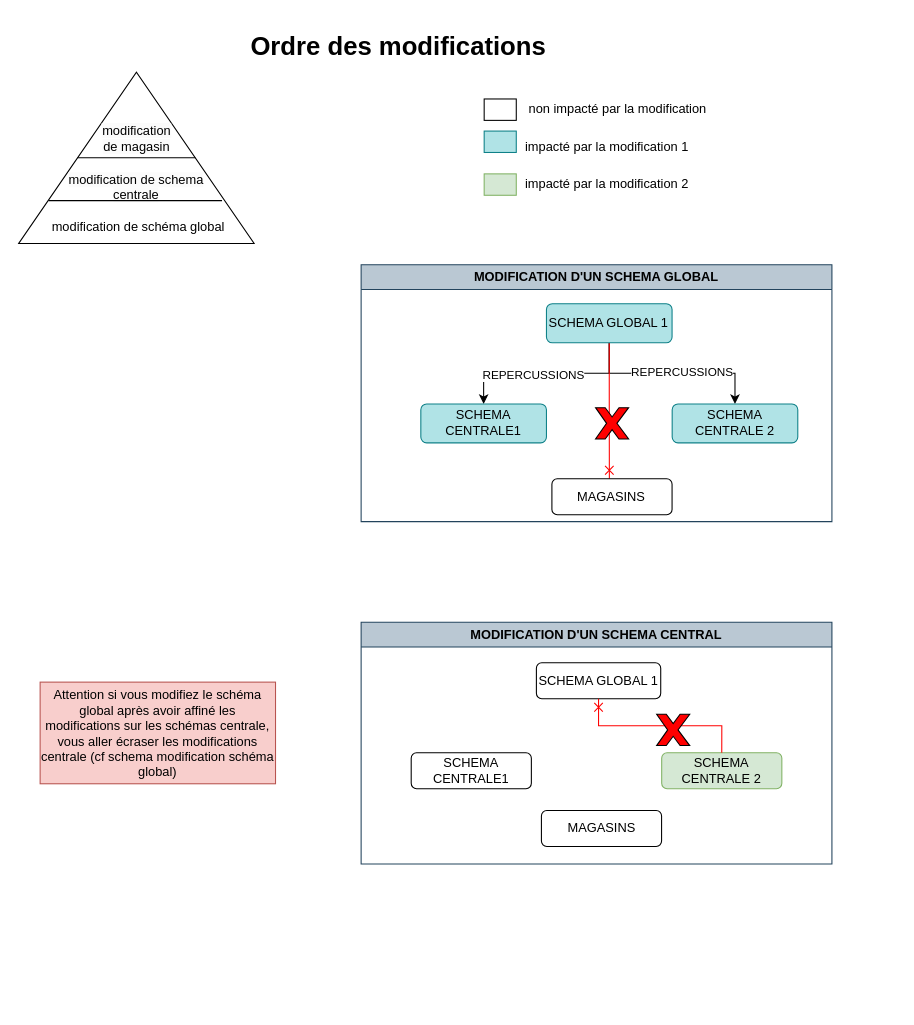
The draw.io diagram page "ORDRE" (1 of 2) of ordre modif.drawio in valbtlec/diagrams, before the edit. Source tidied: cells renumbered, new cells numbered last; positions are measured from the earlier drawing's top-left corner, leaving out a move shared by most shapes. Both pictures are drawn from the tidied source at 107%, with x=0, y=0 at pixel (18, 24).
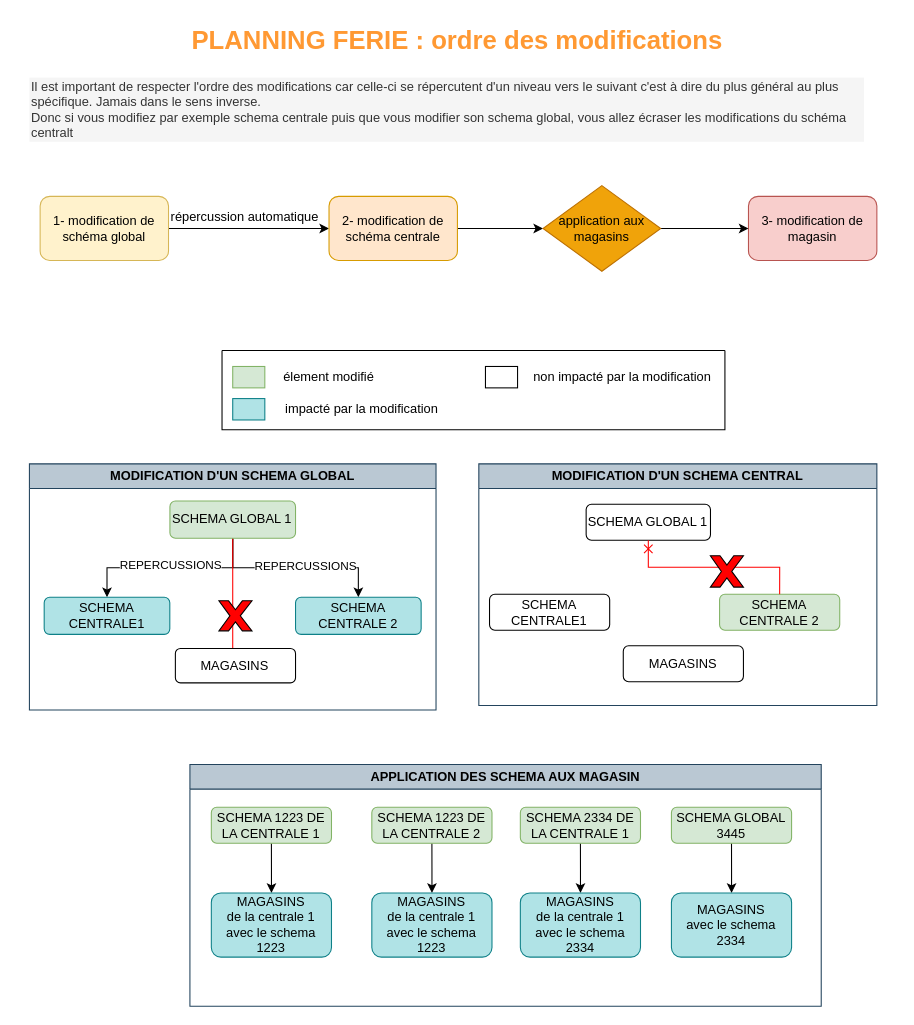
After the change.

Commit message:
Mettre à jour ordre modif.drawio

The edit, as a diff of the source:
```diff
@@
-    <mxCell id="2" value="&lt;h1 style=&quot;margin-top: 0px;&quot;&gt;Ordre des modifications&lt;/h1&gt;&lt;p&gt;&lt;br&gt;&lt;/p&gt;" style="text;html=1;whiteSpace=wrap;overflow=hidden;rounded=0;" parent="1" vertex="1">
-      <mxGeometry x="215" width="320" height="250" as="geometry" />
+    <mxCell id="2" value="&lt;h1 style=&quot;margin-top: 0px;&quot;&gt;&lt;font style=&quot;color: rgb(255, 153, 51);&quot;&gt;PLANNING FERIE : ordre des modifications&lt;/font&gt;&lt;/h1&gt;&lt;p&gt;&lt;br&gt;&lt;/p&gt;" style="text;html=1;whiteSpace=wrap;overflow=hidden;rounded=0;align=center;" parent="1" vertex="1">
+      <mxGeometry y="-5" width="820" height="45" as="geometry" />
     </mxCell>
-    <mxCell id="3" style="group;" parent="1" vertex="1">
-      <mxGeometry y="45" width="220" height="160" as="geometry" />
-    </mxCell>
-    <mxCell id="4" style="verticalLabelPosition=bottom;verticalAlign=top;html=1;shape=mxgraph.basic.acute_triangle;dx=0.5;" parent="3" vertex="1">
-      <mxGeometry width="220" height="160" as="geometry" />
-    </mxCell>
-    <mxCell id="5" value="&#10;&lt;span style=&quot;color: rgb(0, 0, 0); font-family: Helvetica; font-size: 12px; font-style: normal; font-variant-ligatures: normal; font-variant-caps: normal; font-weight: 400; letter-spacing: normal; orphans: 2; text-align: center; text-indent: 0px; text-transform: none; widows: 2; word-spacing: 0px; -webkit-text-stroke-width: 0px; white-space: normal; background-color: rgb(251, 251, 251); text-decoration-thickness: initial; text-decoration-style: initial; text-decoration-color: initial; display: inline !important; float: none;&quot;&gt;modification de schema centrale&lt;/span&gt;&#10;&#10;" style="text;html=1;align=center;verticalAlign=middle;whiteSpace=wrap;rounded=0;" parent="3" vertex="1">
-      <mxGeometry x="45" y="100" width="130" height="30" as="geometry" />
-    </mxCell>
-    <mxCell id="6" value="modification de schéma global" style="text;html=1;align=center;verticalAlign=middle;whiteSpace=wrap;rounded=0;" parent="3" vertex="1">
-      <mxGeometry x="7" y="130" width="210" height="30" as="geometry" />
-    </mxCell>
-    <mxCell id="7" value="&lt;br&gt;&lt;span style=&quot;color: rgb(0, 0, 0); font-family: Helvetica; font-size: 12px; font-style: normal; font-variant-ligatures: normal; font-variant-caps: normal; font-weight: 400; letter-spacing: normal; orphans: 2; text-align: center; text-indent: 0px; text-transform: none; widows: 2; word-spacing: 0px; -webkit-text-stroke-width: 0px; white-space: normal; background-color: rgb(251, 251, 251); text-decoration-thickness: initial; text-decoration-style: initial; text-decoration-color: initial; float: none; display: inline !important;&quot;&gt;modification de magasin&lt;/span&gt;" style="text;html=1;align=center;verticalAlign=middle;whiteSpace=wrap;rounded=0;" parent="3" vertex="1">
-      <mxGeometry x="72.5" y="40" width="75" height="30" as="geometry" />
-    </mxCell>
-    <mxCell id="8" style="rounded=0;orthogonalLoop=1;jettySize=auto;html=1;exitX=0;exitY=0;exitDx=55;exitDy=80;exitPerimeter=0;entryX=0;entryY=0;entryDx=165;entryDy=80;entryPerimeter=0;endArrow=none;startFill=0;" parent="3" edge="1" source="4" target="4">
-      <mxGeometry relative="1" as="geometry" />
-    </mxCell>
-    <mxCell id="9" style="endArrow=none;html=1;rounded=0;exitX=0.127;exitY=0.75;exitDx=0;exitDy=0;exitPerimeter=0;" parent="3" edge="1" source="4">
-      <mxGeometry relative="1" as="geometry">
-        <mxPoint x="190" y="120" as="targetPoint" />
-      </mxGeometry>
-    </mxCell>
-    <mxCell id="10" style="rounded=0;whiteSpace=wrap;html=1;fillColor=#b0e3e6;strokeColor=#0e8088;" parent="1" vertex="1">
-      <mxGeometry x="435" y="100" width="30" height="20" as="geometry" />
-    </mxCell>
-    <mxCell id="11" style="rounded=0;whiteSpace=wrap;html=1;fillColor=#d5e8d4;strokeColor=#82b366;" parent="1" vertex="1">
-      <mxGeometry x="435" y="140" width="30" height="20" as="geometry" />
-    </mxCell>
-    <mxCell id="12" value="impacté par la modification 1" style="text;html=1;align=center;verticalAlign=middle;whiteSpace=wrap;rounded=0;" parent="1" vertex="1">
-      <mxGeometry x="465" y="100" width="170" height="30" as="geometry" />
-    </mxCell>
-    <mxCell id="13" value="impacté par la modification 2" style="text;html=1;align=center;verticalAlign=middle;whiteSpace=wrap;rounded=0;" parent="1" vertex="1">
-      <mxGeometry x="465" y="135" width="170" height="30" as="geometry" />
-    </mxCell>
     <mxCell id="14" style="group;" parent="1" vertex="1">
-      <mxGeometry x="320" y="225" width="440" height="240" as="geometry" />
+      <mxGeometry x="10" y="411" width="440" height="230" as="geometry" />
     </mxCell>
+    <mxCell id="21" value="MODIFICATION D'UN SCHEMA GLOBAL" style="swimlane;whiteSpace=wrap;html=1;fillColor=#bac8d3;strokeColor=#23445d;" parent="14" vertex="1">
+      <mxGeometry width="380" height="230" as="geometry" />
+    </mxCell>
-    <mxCell id="15" style="edgeStyle=orthogonalEdgeStyle;rounded=0;jettySize=auto;html=1;exitX=0.5;exitY=1;exitDx=0;exitDy=0;" parent="14" edge="1" source="20" target="23">
+    <mxCell id="15" style="edgeStyle=orthogonalEdgeStyle;rounded=0;jettySize=auto;html=1;exitX=0.5;exitY=1;exitDx=0;exitDy=0;" parent="21" edge="1" source="20" target="23">
       <mxGeometry relative="1" as="geometry" />
     </mxCell>
     <mxCell id="16" value="REPERCUSSIONS" style="edgeLabel;html=1;align=center;verticalAlign=middle;" parent="15" vertex="1">
-      <mxGeometry x="0.15" y="1" relative="1" as="geometry" />
+      <mxGeometry x="0.15" y="1" relative="1" as="geometry">
+        <mxPoint x="13" y="-4" as="offset" />
+      </mxGeometry>
     </mxCell>
-    <mxCell id="17" style="edgeStyle=orthogonalEdgeStyle;rounded=0;jettySize=auto;html=1;exitX=0.5;exitY=1;exitDx=0;exitDy=0;" parent="14" edge="1" source="20" target="22">
+    <mxCell id="17" style="edgeStyle=orthogonalEdgeStyle;rounded=0;jettySize=auto;html=1;exitX=0.5;exitY=1;exitDx=0;exitDy=0;" parent="21" edge="1" source="20" target="22">
       <mxGeometry relative="1" as="geometry" />
     </mxCell>
@@
-    <mxCell id="19" style="edgeStyle=orthogonalEdgeStyle;rounded=0;jettySize=auto;html=1;exitX=0.5;exitY=1;exitDx=0;exitDy=0;strokeColor=#FF0000;endArrow=cross;endFill=0;" parent="14" edge="1" source="20">
+    <mxCell id="19" style="edgeStyle=orthogonalEdgeStyle;rounded=0;jettySize=auto;html=1;exitX=0.5;exitY=1;exitDx=0;exitDy=0;strokeColor=#FF0000;endArrow=cross;endFill=0;" parent="21" edge="1" source="20">
       <mxGeometry relative="1" as="geometry">
-        <mxPoint x="232" y="200" as="targetPoint" />
+        <mxPoint x="190" y="191.7" as="targetPoint" />
       </mxGeometry>
     </mxCell>
-    <mxCell id="20" value="SCHEMA GLOBAL 1" style="rounded=1;whiteSpace=wrap;html=1;fontSize=12;glass=0;strokeWidth=1;shadow=0;fillColor=#b0e3e6;strokeColor=#0e8088;" parent="14" vertex="1">
-      <mxGeometry x="173.2" y="36.4" width="117.4" height="36.4" as="geometry" />
+    <mxCell id="20" value="SCHEMA GLOBAL 1" style="rounded=1;whiteSpace=wrap;html=1;fontSize=12;glass=0;strokeWidth=1;shadow=0;fillColor=#d5e8d4;strokeColor=#82b366;" parent="21" vertex="1">
+      <mxGeometry x="131.3" y="34.8" width="117.4" height="34.8" as="geometry" />
     </mxCell>
-    <mxCell id="21" value="MODIFICATION D'UN SCHEMA GLOBAL" style="swimlane;whiteSpace=wrap;html=1;fillColor=#bac8d3;strokeColor=#23445d;" parent="14" vertex="1">
-      <mxGeometry width="440" height="240" as="geometry" />
-    </mxCell>
     <mxCell id="22" value="SCHEMA CENTRALE 2" style="rounded=1;whiteSpace=wrap;html=1;fontSize=12;glass=0;strokeWidth=1;shadow=0;fillColor=#b0e3e6;strokeColor=#0e8088;" parent="21" vertex="1">
-      <mxGeometry x="290.7" y="130" width="117.4" height="36.4" as="geometry" />
+      <mxGeometry x="248.7" y="124.6" width="117.4" height="34.8" as="geometry" />
     </mxCell>
     <mxCell id="23" value="SCHEMA CENTRALE1" style="rounded=1;whiteSpace=wrap;html=1;fontSize=12;glass=0;strokeWidth=1;shadow=0;fillColor=#b0e3e6;strokeColor=#0e8088;" parent="21" vertex="1">
-      <mxGeometry x="55.8" y="130" width="117.4" height="36.4" as="geometry" />
+      <mxGeometry x="13.8" y="124.6" width="117.4" height="34.8" as="geometry" />
     </mxCell>
     <mxCell id="24" value="MAGASINS" style="rounded=1;whiteSpace=wrap;html=1;fontSize=12;glass=0;strokeWidth=1;shadow=0;" parent="21" vertex="1">
-      <mxGeometry x="178.3" y="200" width="112.3" height="33.6" as="geometry" />
+      <mxGeometry x="136.4" y="172.5" width="112.3" height="32.2" as="geometry" />
     </mxCell>
     <mxCell id="25" style="verticalLabelPosition=bottom;verticalAlign=top;html=1;shape=mxgraph.basic.x;fillColor=#FF0000;" parent="21" vertex="1">
-      <mxGeometry x="219.1" y="133.5" width="30.9" height="29.3" as="geometry" />
+      <mxGeometry x="177.1" y="128" width="30.9" height="28.1" as="geometry" />
     </mxCell>
-    <mxCell id="26" style="rounded=0;whiteSpace=wrap;html=1;" parent="1" vertex="1">
-      <mxGeometry x="435" y="70" width="30" height="20" as="geometry" />
-    </mxCell>
-    <mxCell id="27" value="non impacté par la modification" style="text;html=1;align=center;verticalAlign=middle;whiteSpace=wrap;rounded=0;" parent="1" vertex="1">
-      <mxGeometry x="475" y="65" width="170" height="30" as="geometry" />
-    </mxCell>
     <mxCell id="28" value="MODIFICATION D'UN SCHEMA CENTRAL" style="swimlane;whiteSpace=wrap;html=1;fillColor=#bac8d3;strokeColor=#23445d;" parent="1" vertex="1">
-      <mxGeometry x="320" y="559.1" width="440" height="225.9" as="geometry" />
+      <mxGeometry x="430" y="411" width="372" height="225.9" as="geometry" />
     </mxCell>
     <mxCell id="29" value="SCHEMA CENTRALE 2" style="rounded=1;whiteSpace=wrap;html=1;fontSize=12;glass=0;strokeWidth=1;shadow=0;fillColor=#d5e8d4;strokeColor=#82b366;" parent="28" vertex="1">
-      <mxGeometry x="280.9" y="121.9" width="112.3" height="33.6" as="geometry" />
+      <mxGeometry x="225" y="121.9" width="112.3" height="33.6" as="geometry" />
     </mxCell>
     <mxCell id="30" value="SCHEMA CENTRALE1" style="rounded=1;whiteSpace=wrap;html=1;fontSize=12;glass=0;strokeWidth=1;shadow=0;" parent="28" vertex="1">
-      <mxGeometry x="46.8" y="121.9" width="112.3" height="33.6" as="geometry" />
+      <mxGeometry x="10" y="121.9" width="112.3" height="33.6" as="geometry" />
     </mxCell>
     <mxCell id="31" value="SCHEMA GLOBAL 1" style="rounded=1;whiteSpace=wrap;html=1;fontSize=12;glass=0;strokeWidth=1;shadow=0;" parent="28" vertex="1">
-      <mxGeometry x="163.8" y="37.8" width="116.2" height="33.6" as="geometry" />
+      <mxGeometry x="100.3" y="37.8" width="116.2" height="33.6" as="geometry" />
     </mxCell>
@@
+    <mxCell id="34" value="MAGASINS" style="rounded=1;whiteSpace=wrap;html=1;fontSize=12;glass=0;strokeWidth=1;shadow=0;" parent="28" vertex="1">
+      <mxGeometry x="135" y="170" width="112.3" height="33.6" as="geometry" />
+    </mxCell>
     <mxCell id="33" style="verticalLabelPosition=bottom;verticalAlign=top;html=1;shape=mxgraph.basic.x;fillColor=#FF0000;" parent="28" vertex="1">
-      <mxGeometry x="276.2" y="85.9" width="30.9" height="29.3" as="geometry" />
+      <mxGeometry x="216.4" y="85.9" width="30.9" height="29.3" as="geometry" />
     </mxCell>
-    <mxCell id="34" value="MAGASINS" style="rounded=1;whiteSpace=wrap;html=1;fontSize=12;glass=0;strokeWidth=1;shadow=0;" parent="28" vertex="1">
-      <mxGeometry x="168.5" y="175.9" width="112.3" height="33.6" as="geometry" />
-    </mxCell>
-    <mxCell id="35" value="Attention si vous modifiez le schéma global après avoir affiné les modifications sur les schémas centrale, vous aller écraser les modifications centrale (cf schema modification schéma global)" style="text;html=1;align=center;verticalAlign=middle;whiteSpace=wrap;rounded=0;fillColor=#f8cecc;strokeColor=#b85450;" parent="1" vertex="1">
-      <mxGeometry x="20" y="615" width="220" height="95" as="geometry" />
-    </mxCell>
+    <mxCell id="36" value="APPLICATION DES SCHEMA AUX MAGASIN" style="swimlane;whiteSpace=wrap;html=1;fillColor=#bac8d3;strokeColor=#23445d;" parent="1" vertex="1">
+      <mxGeometry x="160" y="692" width="590" height="225.9" as="geometry" />
+    </mxCell>
+    <mxCell id="37" style="edgeStyle=orthogonalEdgeStyle;rounded=0;jettySize=auto;html=1;exitX=0.5;exitY=1;exitDx=0;exitDy=0;" parent="36" edge="1" source="38" target="44">
+      <mxGeometry relative="1" as="geometry" />
+    </mxCell>
+    <mxCell id="38" value="SCHEMA 1223 DE LA CENTRALE 2" style="rounded=1;whiteSpace=wrap;html=1;fontSize=12;glass=0;strokeWidth=1;shadow=0;fillColor=#d5e8d4;strokeColor=#82b366;" parent="36" vertex="1">
+      <mxGeometry x="170" y="40" width="112.3" height="33.6" as="geometry" />
+    </mxCell>
+    <mxCell id="39" style="edgeStyle=orthogonalEdgeStyle;rounded=0;jettySize=auto;html=1;exitX=0.5;exitY=1;exitDx=0;exitDy=0;" parent="36" edge="1" source="40" target="41">
+      <mxGeometry relative="1" as="geometry" />
+    </mxCell>
+    <mxCell id="40" value="SCHEMA 1223 DE LA CENTRALE 1" style="rounded=1;whiteSpace=wrap;html=1;fontSize=12;glass=0;strokeWidth=1;shadow=0;fillColor=#d5e8d4;strokeColor=#82b366;" parent="36" vertex="1">
+      <mxGeometry x="20" y="40" width="112.3" height="33.6" as="geometry" />
+    </mxCell>
+    <mxCell id="41" value="MAGASINS&lt;div&gt;de la centrale 1 avec le schema 1223&lt;/div&gt;" style="rounded=1;whiteSpace=wrap;html=1;fontSize=12;glass=0;strokeWidth=1;shadow=0;fillColor=#b0e3e6;strokeColor=#0e8088;" parent="36" vertex="1">
+      <mxGeometry x="20" y="120" width="112.3" height="60" as="geometry" />
+    </mxCell>
+    <mxCell id="42" style="edgeStyle=orthogonalEdgeStyle;rounded=0;jettySize=auto;html=1;exitX=0.5;exitY=1;exitDx=0;exitDy=0;" parent="36" edge="1" source="43" target="45">
+      <mxGeometry relative="1" as="geometry" />
+    </mxCell>
+    <mxCell id="43" value="SCHEMA 2334 DE LA CENTRALE 1" style="rounded=1;whiteSpace=wrap;html=1;fontSize=12;glass=0;strokeWidth=1;shadow=0;fillColor=#d5e8d4;strokeColor=#82b366;" parent="36" vertex="1">
+      <mxGeometry x="308.8" y="40" width="112.3" height="33.6" as="geometry" />
+    </mxCell>
+    <mxCell id="44" value="MAGASINS&lt;div&gt;de la centrale 1 avec le schema 1223&lt;/div&gt;" style="rounded=1;whiteSpace=wrap;html=1;fontSize=12;glass=0;strokeWidth=1;shadow=0;fillColor=#b0e3e6;strokeColor=#0e8088;" parent="36" vertex="1">
+      <mxGeometry x="170" y="120" width="112.3" height="60" as="geometry" />
+    </mxCell>
+    <mxCell id="45" value="MAGASINS&lt;div&gt;de la centrale 1 avec le schema 2334&lt;/div&gt;" style="rounded=1;whiteSpace=wrap;html=1;fontSize=12;glass=0;strokeWidth=1;shadow=0;fillColor=#b0e3e6;strokeColor=#0e8088;" parent="36" vertex="1">
+      <mxGeometry x="308.8" y="120" width="112.3" height="60" as="geometry" />
+    </mxCell>
+    <mxCell id="46" style="edgeStyle=orthogonalEdgeStyle;rounded=0;jettySize=auto;html=1;exitX=0.5;exitY=1;exitDx=0;exitDy=0;" parent="36" edge="1" source="47" target="48">
+      <mxGeometry relative="1" as="geometry" />
+    </mxCell>
+    <mxCell id="47" value="SCHEMA GLOBAL 3445" style="rounded=1;whiteSpace=wrap;html=1;fontSize=12;glass=0;strokeWidth=1;shadow=0;fillColor=#d5e8d4;strokeColor=#82b366;" parent="36" vertex="1">
+      <mxGeometry x="450" y="40" width="112.3" height="33.6" as="geometry" />
+    </mxCell>
+    <mxCell id="48" value="MAGASINS&lt;div&gt;avec le schema 2334&lt;/div&gt;" style="rounded=1;whiteSpace=wrap;html=1;fontSize=12;glass=0;strokeWidth=1;shadow=0;fillColor=#b0e3e6;strokeColor=#0e8088;" parent="36" vertex="1">
+      <mxGeometry x="450" y="120" width="112.3" height="60" as="geometry" />
+    </mxCell>
+    <mxCell id="49" style="edgeStyle=orthogonalEdgeStyle;rounded=0;jettySize=auto;html=1;exitX=1;exitY=0.5;exitDx=0;exitDy=0;entryX=0;entryY=0.5;entryDx=0;entryDy=0;" parent="1" edge="1" source="50" target="52">
+      <mxGeometry relative="1" as="geometry" />
+    </mxCell>
+    <mxCell id="50" value="1- modification de schéma global" style="rounded=1;whiteSpace=wrap;html=1;fillColor=#fff2cc;strokeColor=#d6b656;" parent="1" vertex="1">
+      <mxGeometry x="20" y="161" width="120" height="60" as="geometry" />
+    </mxCell>
+    <mxCell id="51" style="edgeStyle=orthogonalEdgeStyle;rounded=0;jettySize=auto;html=1;exitX=1;exitY=0.5;exitDx=0;exitDy=0;entryX=0;entryY=0.5;entryDx=0;entryDy=0;" parent="1" edge="1" source="52" target="57">
+      <mxGeometry relative="1" as="geometry" />
+    </mxCell>
+    <mxCell id="52" value="2- modification de schéma centrale" style="rounded=1;whiteSpace=wrap;html=1;fillColor=#ffe6cc;strokeColor=#d79b00;" parent="1" vertex="1">
+      <mxGeometry x="290" y="161" width="120" height="60" as="geometry" />
+    </mxCell>
+    <mxCell id="53" value="3- modification de magasin" style="rounded=1;whiteSpace=wrap;html=1;fillColor=#f8cecc;strokeColor=#b85450;" parent="1" vertex="1">
+      <mxGeometry x="682" y="161" width="120" height="60" as="geometry" />
+    </mxCell>
+    <mxCell id="54" value="Il est important de respecter l'ordre des modifications car celle-ci se répercutent d'un niveau vers le suivant c'est à dire du plus général au plus spécifique. Jamais dans le sens inverse.&amp;nbsp;&lt;div&gt;Donc si vous modifiez par exemple schema centrale puis que vous modifier son schema global, vous allez écraser les modifications du schéma centralt&lt;/div&gt;" style="text;html=1;align=left;verticalAlign=middle;whiteSpace=wrap;rounded=0;fillColor=#f5f5f5;strokeColor=none;fontStyle=0;fontColor=#333333;" parent="1" vertex="1">
+      <mxGeometry x="10" y="50" width="780" height="60" as="geometry" />
+    </mxCell>
+    <mxCell id="55" value="répercussion automatique" style="text;html=1;align=center;verticalAlign=middle;strokeColor=none;fillColor=none;" parent="1" vertex="1">
+      <mxGeometry x="131" y="166" width="160" height="30" as="geometry" />
+    </mxCell>
+    <mxCell id="56" style="edgeStyle=orthogonalEdgeStyle;rounded=0;jettySize=auto;html=1;exitX=1;exitY=0.5;exitDx=0;exitDy=0;" parent="1" edge="1" source="57" target="53">
+      <mxGeometry relative="1" as="geometry" />
+    </mxCell>
+    <mxCell id="57" value="application aux magasins" style="rhombus;whiteSpace=wrap;html=1;fillColor=#f0a30a;strokeColor=#BD7000;fontColor=#000000;" parent="1" vertex="1">
+      <mxGeometry x="490" y="151" width="110" height="80" as="geometry" />
+    </mxCell>
+    <mxCell id="58" style="group;" parent="1" vertex="1">
+      <mxGeometry x="190" y="305" width="470" height="74.1" as="geometry" />
+    </mxCell>
+    <mxCell id="59" style="group;" parent="58" vertex="1">
+      <mxGeometry x="10" y="40" width="205" height="30" as="geometry" />
+    </mxCell>
+    <mxCell id="10" style="rounded=0;whiteSpace=wrap;html=1;fillColor=#b0e3e6;strokeColor=#0e8088;" parent="59" vertex="1">
+      <mxGeometry y="5" width="30" height="20" as="geometry" />
+    </mxCell>
+    <mxCell id="12" value="impacté par la modification&amp;nbsp;" style="text;html=1;align=center;verticalAlign=middle;whiteSpace=wrap;rounded=0;" parent="59" vertex="1">
+      <mxGeometry x="40" width="165" height="30" as="geometry" />
+    </mxCell>
+    <mxCell id="60" style="group;" parent="58" vertex="1">
+      <mxGeometry x="10" y="10" width="140" height="30" as="geometry" />
+    </mxCell>
+    <mxCell id="11" style="rounded=0;whiteSpace=wrap;html=1;fillColor=#d5e8d4;strokeColor=#82b366;" parent="60" vertex="1">
+      <mxGeometry y="5" width="30" height="20" as="geometry" />
+    </mxCell>
+    <mxCell id="13" value="élement modifié" style="text;html=1;align=center;verticalAlign=middle;whiteSpace=wrap;rounded=0;" parent="60" vertex="1">
+      <mxGeometry x="40" width="100" height="30" as="geometry" />
+    </mxCell>
+    <mxCell id="61" style="swimlane;startSize=0;" parent="58" vertex="1">
+      <mxGeometry width="470" height="74.1" as="geometry" />
+    </mxCell>
+    <mxCell id="62" style="group;" parent="61" vertex="1">
+      <mxGeometry x="246.2" y="10" width="220" height="30" as="geometry" />
+    </mxCell>
+    <mxCell id="63" style="rounded=0;whiteSpace=wrap;html=1;" parent="62" vertex="1">
+      <mxGeometry y="5" width="30" height="20" as="geometry" />
+    </mxCell>
+    <mxCell id="27" value="non impacté par la modification&amp;nbsp;" style="text;html=1;align=center;verticalAlign=middle;whiteSpace=wrap;rounded=0;" parent="62" vertex="1">
+      <mxGeometry x="40" width="180" height="30" as="geometry" />
+    </mxCell>
```
